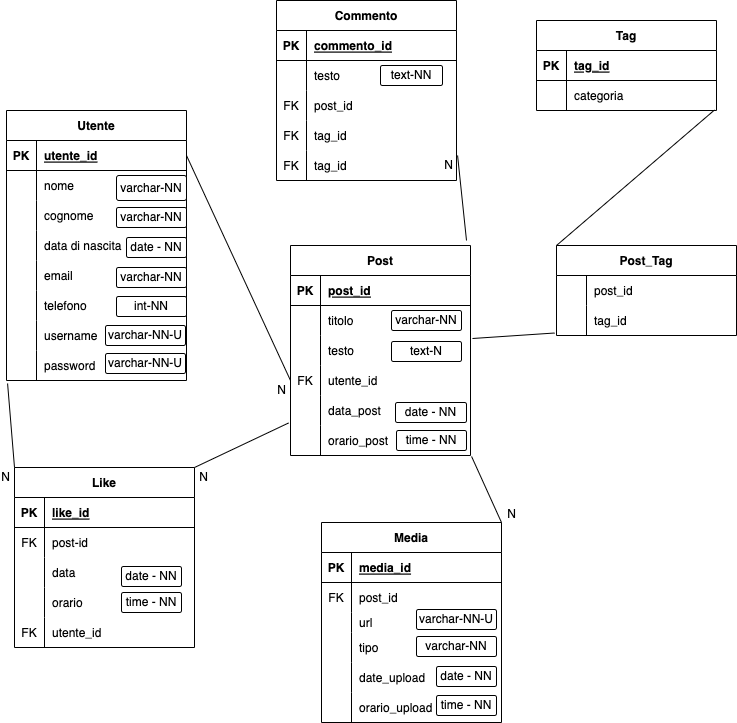
Earlier version of the draw.io export Milestone3.png (FrancescoDAmbrosio1/social-platform). Source tidied: cells renumbered, new cells last; positions are measured from the earlier drawing's top-left corner, leaving out a move shared by most shapes.
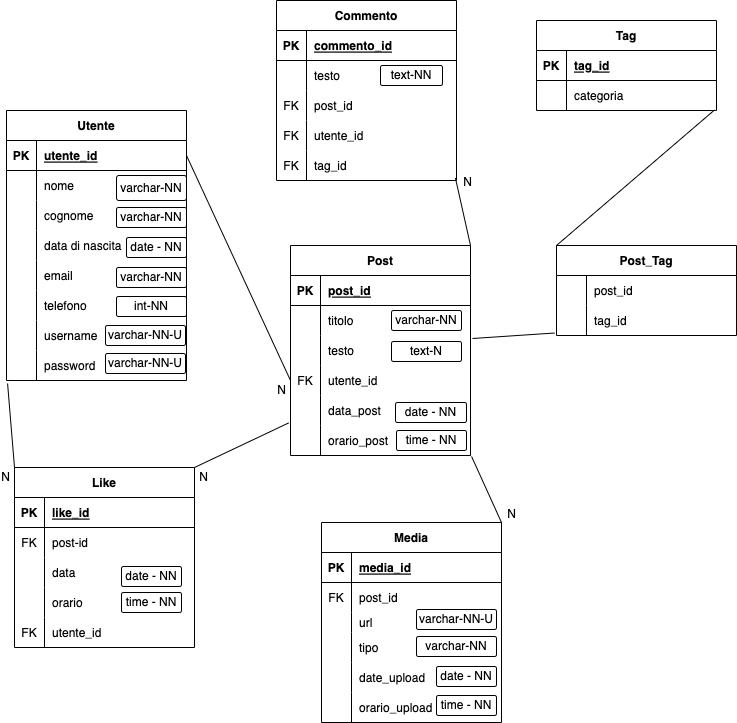
The same file after the commit.

Diff of the diagram source:
```diff
@@ -296,7 +296,7 @@
     <mxCell id="99" style="shape=partialRectangle;fillColor=none;top=0;left=0;bottom=0;right=0;overflow=hidden;" parent="98" vertex="1">
       <mxGeometry width="30" height="30" as="geometry" />
     </mxCell>
-    <mxCell id="100" value="tag_id" style="shape=partialRectangle;fillColor=none;top=0;left=0;bottom=0;right=0;align=left;spacingLeft=6;overflow=hidden;" parent="98" vertex="1">
+    <mxCell id="100" value="utente_id" style="shape=partialRectangle;fillColor=none;top=0;left=0;bottom=0;right=0;align=left;spacingLeft=6;overflow=hidden;" parent="98" vertex="1">
       <mxGeometry x="30" width="150" height="30" as="geometry" />
     </mxCell>
     <mxCell id="101" style="shape=tableRow;horizontal=0;startSize=0;swimlaneHead=0;swimlaneBody=0;fillColor=none;points=[[0,0.5],[1,0.5]];portConstraint=eastwest;top=0;left=0;right=0;bottom=0;" parent="88" vertex="1">
@@ -370,17 +370,15 @@
     <mxCell id="121" style="endArrow=none;html=1;rounded=0;exitX=0;exitY=0;exitDx=0;exitDy=0;entryX=0.989;entryY=0.983;entryDx=0;entryDy=0;entryPerimeter=0;" parent="1" edge="1" source="113" target="69">
       <mxGeometry relative="1" as="geometry" />
     </mxCell>
-    <mxCell id="122" style="endArrow=none;html=1;rounded=0;entryX=1.006;entryY=1.167;entryDx=0;entryDy=0;entryPerimeter=0;" parent="1" edge="1" target="98">
-      <mxGeometry relative="1" as="geometry">
-        <mxPoint x="460" y="240" as="sourcePoint" />
-      </mxGeometry>
+    <mxCell id="122" style="endArrow=none;html=1;rounded=0;entryX=0.994;entryY=0.917;entryDx=0;entryDy=0;entryPerimeter=0;exitX=1;exitY=0;exitDx=0;exitDy=0;" parent="1" edge="1" source="27" target="101">
+      <mxGeometry relative="1" as="geometry" />
     </mxCell>
     <mxCell id="123" style="html=1;align=left;verticalAlign=bottom;" parent="122" vertex="1">
       <mxGeometry x="-1" relative="1" as="geometry" />
     </mxCell>
     <mxCell id="124" value="N" style="html=1;align=right;verticalAlign=bottom;" parent="122" vertex="1">
       <mxGeometry x="1" relative="1" as="geometry">
-        <mxPoint x="-4" y="18" as="offset" />
+        <mxPoint x="17" y="12" as="offset" />
       </mxGeometry>
     </mxCell>
     <mxCell id="125" value="FK" style="shape=partialRectangle;fillColor=none;top=0;left=0;bottom=0;right=0;fontStyle=0;overflow=hidden;" parent="1" vertex="1">
```
